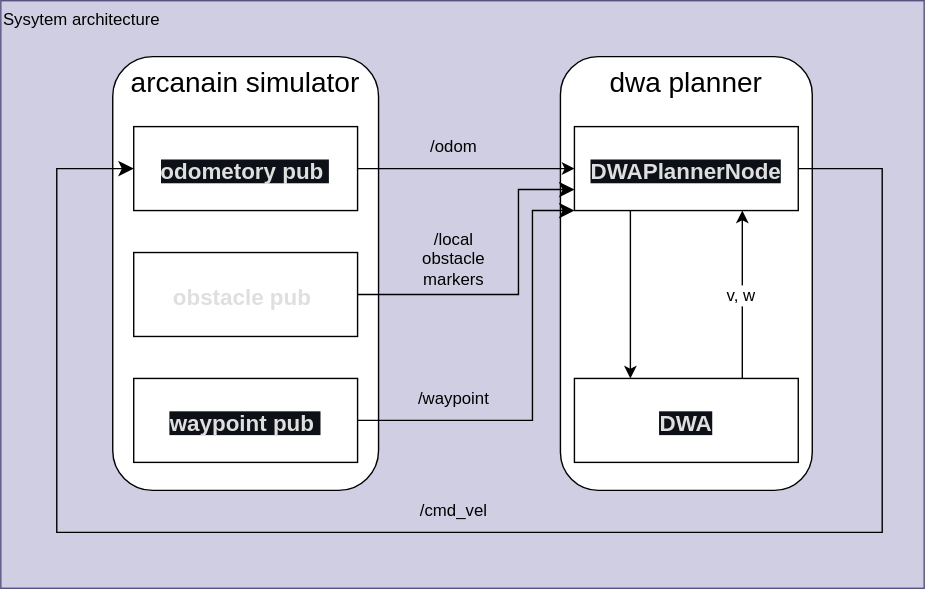
The draw.io diagram images/system_architecture.svg in Arcanain/dwa_planner, before a commit. Source tidied: cells renumbered, new cells last; positions are measured from the earlier drawing's top-left corner, leaving out a move shared by most shapes.
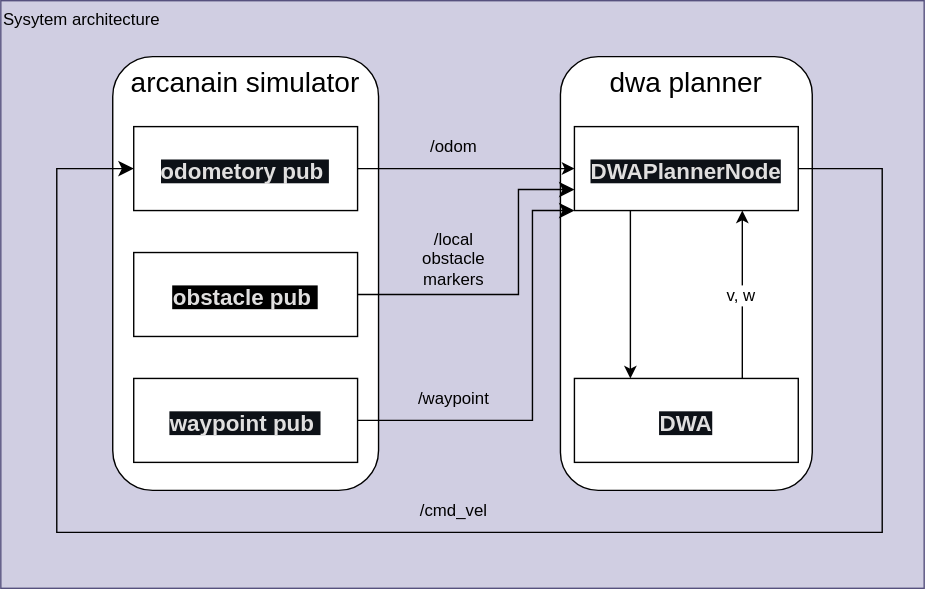
After the change.

Commit message:
[add]system_architecture

Change to the diagram source:
```diff
@@ -31,7 +31,7 @@
     <mxCell id="10" value="&lt;div style=&quot;text-align: start;&quot;&gt;&lt;font face=&quot;trebuchet ms, verdana, arial, sans-serif&quot; color=&quot;#e0dfdf&quot;&gt;&lt;span style=&quot;font-size: 16px; background-color: rgb(13, 17, 23);&quot;&gt;&lt;b&gt;odometory pub&amp;nbsp;&lt;/b&gt;&lt;/span&gt;&lt;/font&gt;&lt;/div&gt;" style="rounded=0;whiteSpace=wrap;html=1;fontSize=20;" parent="1" vertex="1">
       <mxGeometry x="95" y="90" width="160" height="60" as="geometry" />
     </mxCell>
-    <mxCell id="11" value="&lt;div style=&quot;text-align: start;&quot;&gt;&lt;font face=&quot;trebuchet ms, verdana, arial, sans-serif&quot; color=&quot;#e0dfdf&quot;&gt;&lt;span style=&quot;font-size: 16px;&quot;&gt;&lt;b style=&quot;&quot;&gt;obstacle pub&amp;nbsp;&lt;/b&gt;&lt;/span&gt;&lt;/font&gt;&lt;/div&gt;" style="rounded=0;whiteSpace=wrap;html=1;fontSize=20;" parent="1" vertex="1">
+    <mxCell id="11" value="&lt;div style=&quot;text-align: start;&quot;&gt;&lt;font face=&quot;trebuchet ms, verdana, arial, sans-serif&quot; color=&quot;#e0dfdf&quot;&gt;&lt;span style=&quot;font-size: 16px; background-color: rgb(0, 0, 0);&quot;&gt;&lt;b style=&quot;&quot;&gt;obstacle pub&amp;nbsp;&lt;/b&gt;&lt;/span&gt;&lt;/font&gt;&lt;/div&gt;" style="rounded=0;whiteSpace=wrap;html=1;fontSize=20;" parent="1" vertex="1">
       <mxGeometry x="95" y="180" width="160" height="60" as="geometry" />
     </mxCell>
     <mxCell id="12" value="&lt;div style=&quot;text-align: start;&quot;&gt;&lt;font face=&quot;trebuchet ms, verdana, arial, sans-serif&quot; color=&quot;#e0dfdf&quot;&gt;&lt;span style=&quot;font-size: 16px; background-color: rgb(13, 17, 23);&quot;&gt;&lt;b&gt;waypoint pub&amp;nbsp;&lt;/b&gt;&lt;/span&gt;&lt;/font&gt;&lt;/div&gt;" style="rounded=0;whiteSpace=wrap;html=1;fontSize=20;" parent="1" vertex="1">
```
